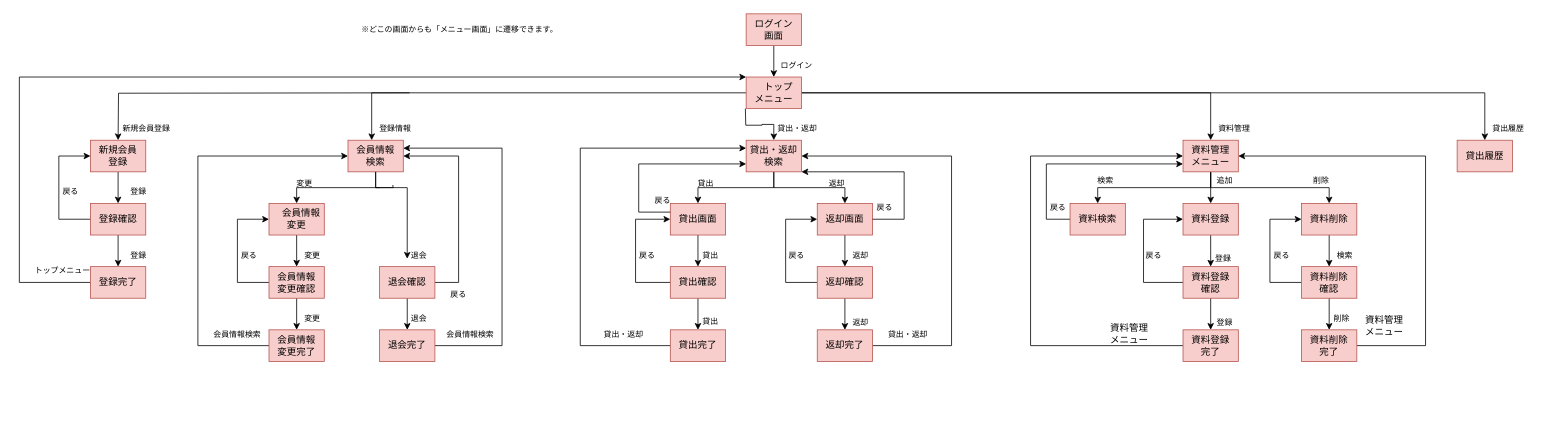
Above: path/外部設計/画面遷移図.drawio in 2022java42-student004/Library (draw.io), before the change. Source tidied: cells renumbered, new cells numbered last; positions are measured from the earlier drawing's top-left corner, leaving out a move shared by most shapes. Both pictures are drawn from the tidied source at 79%, with x=0, y=0 at pixel (19, 13).
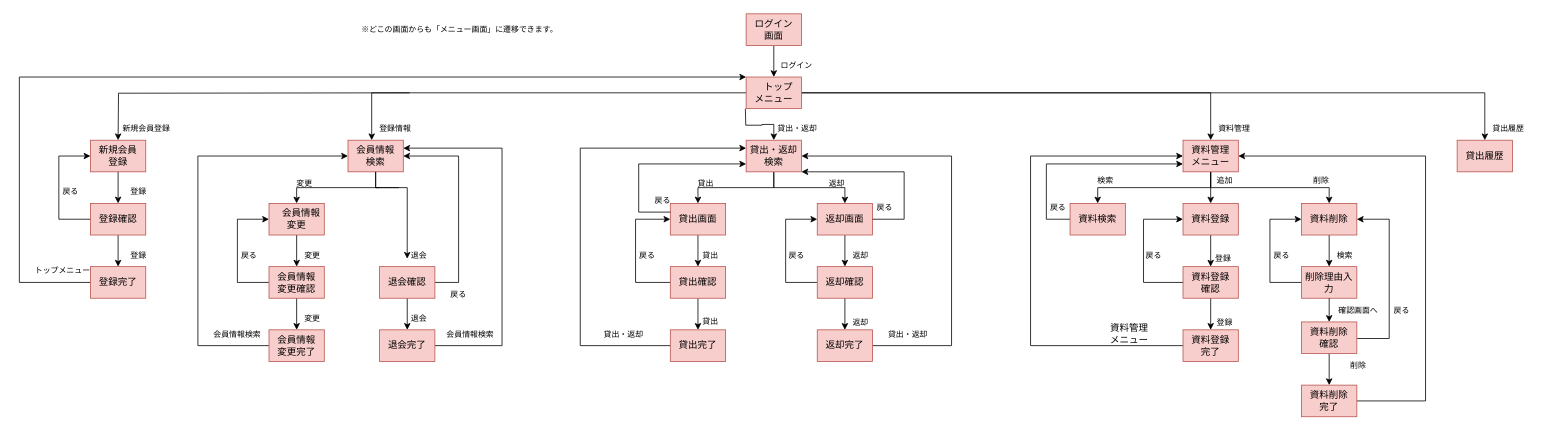
Above is the later version.

The change refers to these unchanged cells:
```xml
<mxCell id="7" value="資料管理&lt;br&gt;メニュー" style="rounded=0;whiteSpace=wrap;html=1;fillColor=#f8cecc;strokeColor=#b85450;" parent="1" vertex="1">
  <mxGeometry x="1473" y="160" width="70" height="40" as="geometry" />
</mxCell>
<mxCell id="43" value="資料削除" style="rounded=0;whiteSpace=wrap;html=1;fillColor=#f8cecc;strokeColor=#b85450;" parent="1" vertex="1">
  <mxGeometry x="1623" y="240" width="70" height="40" as="geometry" />
</mxCell>
<mxCell id="53" value="会員情報&lt;br&gt;検索" style="rounded=0;whiteSpace=wrap;html=1;fillColor=#f8cecc;strokeColor=#b85450;" parent="1" vertex="1">
  <mxGeometry x="416" y="160" width="70" height="40" as="geometry" />
</mxCell>
```

What changed in the source:
```diff
@@
-    <mxCell id="44" style="edgeStyle=orthogonalEdgeStyle;rounded=0;jettySize=auto;html=1;fontSize=8;" parent="1" edge="1" source="46" target="73">
+    <mxCell id="44" style="edgeStyle=orthogonalEdgeStyle;rounded=0;jettySize=auto;html=1;fontSize=8;startArrow=none;" parent="1" edge="1" source="122" target="73">
       <mxGeometry relative="1" as="geometry" />
     </mxCell>
@@
-    <mxCell id="46" value="資料削除&lt;br&gt;確認" style="rounded=0;whiteSpace=wrap;html=1;fillColor=#f8cecc;strokeColor=#b85450;" parent="1" vertex="1">
+    <mxCell id="46" value="削除理由入力" style="rounded=0;whiteSpace=wrap;html=1;fillColor=#f8cecc;strokeColor=#b85450;" parent="1" vertex="1">
       <mxGeometry x="1623" y="320" width="70" height="40" as="geometry" />
     </mxCell>
@@
     <mxCell id="72" style="edgeStyle=orthogonalEdgeStyle;rounded=0;jettySize=auto;html=1;fontSize=10;entryX=1;entryY=0.5;entryDx=0;entryDy=0;" parent="1" edge="1" source="73" target="7">
       <mxGeometry relative="1" as="geometry">
         <Array as="points">
-          <mxPoint x="1780" y="420" />
+          <mxPoint x="1780" y="490" />
           <mxPoint x="1780" y="180" />
         </Array>
       </mxGeometry>
     </mxCell>
     <mxCell id="73" value="資料削除&lt;br&gt;完了" style="rounded=0;whiteSpace=wrap;html=1;fillColor=#f8cecc;strokeColor=#b85450;" parent="1" vertex="1">
-      <mxGeometry x="1623" y="400" width="70" height="40" as="geometry" />
+      <mxGeometry x="1623" y="470" width="70" height="40" as="geometry" />
     </mxCell>
@@
-    <mxCell id="103" value="&lt;font style=&quot;font-size: 10px;&quot;&gt;削除&lt;/font&gt;" style="text;html=1;strokeColor=none;fillColor=none;align=center;verticalAlign=middle;whiteSpace=wrap;rounded=0;fontSize=8;" parent="1" vertex="1">
-      <mxGeometry x="1629" y="370" width="90" height="30" as="geometry" />
+    <mxCell id="103" value="&lt;span style=&quot;font-size: 10px;&quot;&gt;確認画面へ&lt;/span&gt;" style="text;html=1;strokeColor=none;fillColor=none;align=center;verticalAlign=middle;whiteSpace=wrap;rounded=0;fontSize=8;" parent="1" vertex="1">
+      <mxGeometry x="1650" y="360" width="90" height="30" as="geometry" />
     </mxCell>
@@
-    <mxCell id="115" value="&lt;span style=&quot;font-size: 12px;&quot;&gt;資料管理&lt;/span&gt;&lt;br style=&quot;font-size: 12px;&quot;&gt;&lt;span style=&quot;font-size: 12px;&quot;&gt;メニュー&lt;/span&gt;" style="text;html=1;strokeColor=none;fillColor=none;align=center;verticalAlign=middle;whiteSpace=wrap;rounded=0;fontSize=8;" parent="1" vertex="1">
-      <mxGeometry x="1683" y="380" width="90" height="30" as="geometry" />
-    </mxCell>
-    <mxCell id="116" style="edgeStyle=orthogonalEdgeStyle;rounded=0;jettySize=auto;html=1;entryX=0.333;entryY=0.667;entryDx=0;entryDy=0;fontSize=8;entryPerimeter=0;endArrow=none;" parent="1" edge="1" source="53">
+    <mxCell id="116" style="edgeStyle=orthogonalEdgeStyle;rounded=0;jettySize=auto;html=1;fontSize=8;endArrow=none;" parent="1" edge="1" source="53">
       <mxGeometry relative="1" as="geometry">
-        <mxPoint x="472.7" y="216.7" as="targetPoint" />
+        <mxPoint x="480" y="220" as="targetPoint" />
       </mxGeometry>
     </mxCell>
@@
+    <mxCell id="121" style="edgeStyle=orthogonalEdgeStyle;rounded=0;orthogonalLoop=1;jettySize=auto;html=1;exitX=0.5;exitY=1;exitDx=0;exitDy=0;" parent="1" edge="1" source="103" target="103">
+      <mxGeometry relative="1" as="geometry" />
+    </mxCell>
+    <mxCell id="122" value="資料削除&lt;br&gt;確認" style="rounded=0;whiteSpace=wrap;html=1;fillColor=#f8cecc;strokeColor=#b85450;" parent="1" vertex="1">
+      <mxGeometry x="1623" y="390" width="70" height="40" as="geometry" />
+    </mxCell>
+    <mxCell id="123" style="endArrow=classic;html=1;rounded=0;exitX=0.5;exitY=1;exitDx=0;exitDy=0;entryX=0.5;entryY=0;entryDx=0;entryDy=0;" parent="1" edge="1" source="46" target="122">
+      <mxGeometry relative="1" as="geometry" />
+    </mxCell>
+    <mxCell id="124" value="&lt;span style=&quot;font-size: 10px;&quot;&gt;削除&lt;/span&gt;" style="text;html=1;strokeColor=none;fillColor=none;align=center;verticalAlign=middle;whiteSpace=wrap;rounded=0;fontSize=8;" parent="1" vertex="1">
+      <mxGeometry x="1650" y="430" width="90" height="30" as="geometry" />
+    </mxCell>
+    <mxCell id="125" style="edgeStyle=orthogonalEdgeStyle;rounded=0;jettySize=auto;html=1;fontSize=10;entryX=1;entryY=0.5;entryDx=0;entryDy=0;" parent="1" edge="1" target="43">
+      <mxGeometry relative="1" as="geometry">
+        <mxPoint x="1693.5" y="411" as="sourcePoint" />
+        <Array as="points">
+          <mxPoint x="1734" y="411" />
+          <mxPoint x="1734" y="260" />
+        </Array>
+      </mxGeometry>
+    </mxCell>
+    <mxCell id="126" value="&lt;span style=&quot;font-size: 10px;&quot;&gt;戻る&lt;/span&gt;" style="text;html=1;strokeColor=none;fillColor=none;align=center;verticalAlign=middle;whiteSpace=wrap;rounded=0;fontSize=8;" parent="1" vertex="1">
+      <mxGeometry x="1705" y="360" width="90" height="30" as="geometry" />
+    </mxCell>
```
